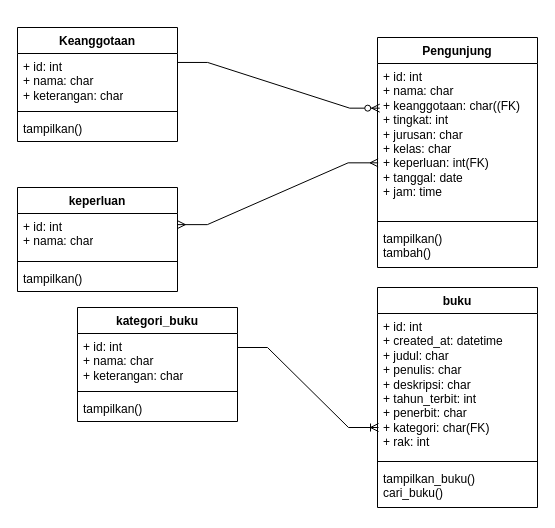
Before: ClassDiagram-PerpusDigital.drawio in FahrulNa/tefa, a draw.io diagram. Source tidied: cells renumbered, new cells numbered last; positions are measured from the earlier drawing's top-left corner, leaving out a move shared by most shapes. Both pictures are drawn from the tidied source at 100%, with x=0, y=0 at pixel (17, 27).
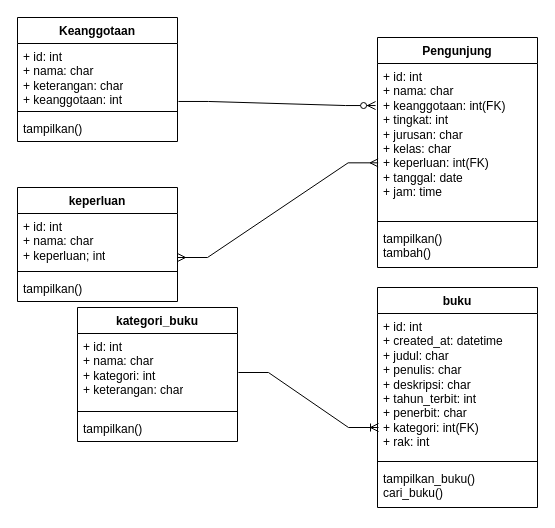
After the change.

The change refers to these unchanged cells:
```xml
<mxCell id="2" value="Pengunjung" style="swimlane;fontStyle=1;align=center;verticalAlign=top;horizontal=1;startSize=26;whiteSpace=wrap;html=1;" parent="1" vertex="1">
  <mxGeometry x="360" y="10" width="160" height="230" as="geometry" />
</mxCell>
<mxCell id="10" value="buku" style="swimlane;fontStyle=1;align=center;verticalAlign=top;horizontal=1;startSize=26;whiteSpace=wrap;html=1;" parent="1" vertex="1">
  <mxGeometry x="360" y="260" width="160" height="220" as="geometry" />
</mxCell>
```

The edit, as a diff of the source:
```diff
@@
-    <mxCell id="3" value="+ id: int&lt;br&gt;+ nama: char&lt;br&gt;+ keanggotaan: char((FK)&lt;br&gt;+ tingkat: int&lt;br&gt;+ jurusan: char&lt;br&gt;+ kelas: char&lt;br&gt;+ keperluan: int(FK)&lt;br&gt;+ tanggal: date&lt;br&gt;+ jam: time" style="text;strokeColor=none;fillColor=none;align=left;verticalAlign=top;spacingLeft=4;spacingRight=4;overflow=hidden;points=[[0,0.5],[1,0.5]];portConstraint=eastwest;whiteSpace=wrap;html=1;" parent="2" vertex="1">
+    <mxCell id="3" value="+ id: int&lt;br&gt;+ nama: char&lt;br&gt;+ keanggotaan: int(FK)&lt;br&gt;+ tingkat: int&lt;br&gt;+ jurusan: char&lt;br&gt;+ kelas: char&lt;br&gt;+ keperluan: int(FK)&lt;br&gt;+ tanggal: date&lt;br&gt;+ jam: time" style="text;strokeColor=none;fillColor=none;align=left;verticalAlign=top;spacingLeft=4;spacingRight=4;overflow=hidden;points=[[0,0.5],[1,0.5]];portConstraint=eastwest;whiteSpace=wrap;html=1;" parent="2" vertex="1">
       <mxGeometry y="26" width="160" height="154" as="geometry" />
     </mxCell>
@@
     <mxCell id="6" value="kategori_buku" style="swimlane;fontStyle=1;align=center;verticalAlign=top;horizontal=1;startSize=26;whiteSpace=wrap;html=1;" parent="1" vertex="1">
-      <mxGeometry x="60" y="280" width="160" height="114" as="geometry" />
+      <mxGeometry x="60" y="280" width="160" height="134" as="geometry" />
     </mxCell>
-    <mxCell id="7" value="+ id: int&lt;br&gt;+ nama: char&lt;br&gt;+ keterangan: char" style="text;strokeColor=none;fillColor=none;align=left;verticalAlign=top;spacingLeft=4;spacingRight=4;overflow=hidden;points=[[0,0.5],[1,0.5]];portConstraint=eastwest;whiteSpace=wrap;html=1;" parent="6" vertex="1">
-      <mxGeometry y="26" width="160" height="54" as="geometry" />
+    <mxCell id="7" value="+ id: int&lt;br&gt;+ nama: char&lt;br&gt;+ kategori: int&lt;br&gt;+ keterangan: char" style="text;strokeColor=none;fillColor=none;align=left;verticalAlign=top;spacingLeft=4;spacingRight=4;overflow=hidden;points=[[0,0.5],[1,0.5]];portConstraint=eastwest;whiteSpace=wrap;html=1;" parent="6" vertex="1">
+      <mxGeometry y="26" width="160" height="74" as="geometry" />
     </mxCell>
     <mxCell id="8" style="line;strokeWidth=1;fillColor=none;align=left;verticalAlign=middle;spacingTop=-1;spacingLeft=3;spacingRight=3;labelPosition=right;strokeColor=inherit;" parent="6" vertex="1">
-      <mxGeometry y="80" width="160" height="8" as="geometry" />
+      <mxGeometry y="100" width="160" height="8" as="geometry" />
     </mxCell>
     <mxCell id="9" value="tampilkan()" style="text;strokeColor=none;fillColor=none;align=left;verticalAlign=top;spacingLeft=4;spacingRight=4;overflow=hidden;whiteSpace=wrap;html=1;" parent="6" vertex="1">
-      <mxGeometry y="88" width="160" height="26" as="geometry" />
+      <mxGeometry y="108" width="160" height="26" as="geometry" />
     </mxCell>
@@
-    <mxCell id="11" value="+ id: int&lt;br&gt;+ created_at: datetime&lt;br&gt;+ judul: char&lt;br&gt;+ penulis: char&lt;br&gt;+ deskripsi: char&lt;br&gt;+ tahun_terbit: int&lt;br&gt;+ penerbit: char&lt;br&gt;+ kategori: char(FK)&lt;br&gt;+ rak: int" style="text;strokeColor=none;fillColor=none;align=left;verticalAlign=top;spacingLeft=4;spacingRight=4;overflow=hidden;whiteSpace=wrap;html=1;" parent="10" vertex="1">
+    <mxCell id="11" value="+ id: int&lt;br&gt;+ created_at: datetime&lt;br&gt;+ judul: char&lt;br&gt;+ penulis: char&lt;br&gt;+ deskripsi: char&lt;br&gt;+ tahun_terbit: int&lt;br&gt;+ penerbit: char&lt;br&gt;+ kategori: int(FK)&lt;br&gt;+ rak: int" style="text;strokeColor=none;fillColor=none;align=left;verticalAlign=top;spacingLeft=4;spacingRight=4;overflow=hidden;whiteSpace=wrap;html=1;" parent="10" vertex="1">
       <mxGeometry y="26" width="160" height="144" as="geometry" />
     </mxCell>
@@
     <mxCell id="14" value="keperluan" style="swimlane;fontStyle=1;align=center;verticalAlign=top;horizontal=1;startSize=26;whiteSpace=wrap;html=1;" parent="1" vertex="1">
-      <mxGeometry y="160" width="160" height="104" as="geometry" />
+      <mxGeometry y="160" width="160" height="114" as="geometry" />
     </mxCell>
-    <mxCell id="15" value="+ id: int&lt;br&gt;+ nama: char" style="text;strokeColor=none;fillColor=none;align=left;verticalAlign=top;spacingLeft=4;spacingRight=4;overflow=hidden;points=[[0,0.5],[1,0.5]];portConstraint=eastwest;whiteSpace=wrap;html=1;" parent="14" vertex="1">
-      <mxGeometry y="26" width="160" height="44" as="geometry" />
+    <mxCell id="15" value="+ id: int&lt;br&gt;+ nama: char&lt;br&gt;+ keperluan; int" style="text;strokeColor=none;fillColor=none;align=left;verticalAlign=top;spacingLeft=4;spacingRight=4;overflow=hidden;points=[[0,0.5],[1,0.5]];portConstraint=eastwest;whiteSpace=wrap;html=1;" parent="14" vertex="1">
+      <mxGeometry y="26" width="160" height="54" as="geometry" />
     </mxCell>
     <mxCell id="16" style="line;strokeWidth=1;fillColor=none;align=left;verticalAlign=middle;spacingTop=-1;spacingLeft=3;spacingRight=3;labelPosition=right;strokeColor=inherit;" parent="14" vertex="1">
-      <mxGeometry y="70" width="160" height="8" as="geometry" />
+      <mxGeometry y="80" width="160" height="8" as="geometry" />
     </mxCell>
     <mxCell id="17" value="tampilkan()" style="text;strokeColor=none;fillColor=none;align=left;verticalAlign=top;spacingLeft=4;spacingRight=4;overflow=hidden;whiteSpace=wrap;html=1;" parent="14" vertex="1">
-      <mxGeometry y="78" width="160" height="26" as="geometry" />
+      <mxGeometry y="88" width="160" height="26" as="geometry" />
     </mxCell>
     <mxCell id="18" value="Keanggotaan" style="swimlane;fontStyle=1;align=center;verticalAlign=top;horizontal=1;startSize=26;whiteSpace=wrap;html=1;" parent="1" vertex="1">
-      <mxGeometry width="160" height="114" as="geometry" />
+      <mxGeometry y="-10" width="160" height="124" as="geometry" />
     </mxCell>
-    <mxCell id="19" value="+ id: int&lt;br&gt;+ nama: char&lt;br&gt;+ keterangan: char" style="text;strokeColor=none;fillColor=none;align=left;verticalAlign=top;spacingLeft=4;spacingRight=4;overflow=hidden;points=[[0,0.5],[1,0.5]];portConstraint=eastwest;whiteSpace=wrap;html=1;" parent="18" vertex="1">
-      <mxGeometry y="26" width="160" height="54" as="geometry" />
+    <mxCell id="19" value="+ id: int&lt;br&gt;+ nama: char&lt;br&gt;+ keterangan: char&lt;br&gt;+ keanggotaan: int" style="text;strokeColor=none;fillColor=none;align=left;verticalAlign=top;spacingLeft=4;spacingRight=4;overflow=hidden;points=[[0,0.5],[1,0.5]];portConstraint=eastwest;whiteSpace=wrap;html=1;" parent="18" vertex="1">
+      <mxGeometry y="26" width="160" height="64" as="geometry" />
     </mxCell>
     <mxCell id="20" style="line;strokeWidth=1;fillColor=none;align=left;verticalAlign=middle;spacingTop=-1;spacingLeft=3;spacingRight=3;labelPosition=right;strokeColor=inherit;" parent="18" vertex="1">
-      <mxGeometry y="80" width="160" height="8" as="geometry" />
+      <mxGeometry y="90" width="160" height="8" as="geometry" />
     </mxCell>
     <mxCell id="21" value="tampilkan()" style="text;strokeColor=none;fillColor=none;align=left;verticalAlign=top;spacingLeft=4;spacingRight=4;overflow=hidden;whiteSpace=wrap;html=1;" parent="18" vertex="1">
-      <mxGeometry y="88" width="160" height="26" as="geometry" />
+      <mxGeometry y="98" width="160" height="26" as="geometry" />
     </mxCell>
-    <mxCell id="22" style="edgeStyle=entityRelationEdgeStyle;fontSize=12;html=1;endArrow=ERoneToMany;rounded=0;" parent="1" edge="1">
+    <mxCell id="22" style="edgeStyle=entityRelationEdgeStyle;fontSize=12;html=1;endArrow=ERoneToMany;rounded=0;exitX=1.006;exitY=0.527;exitDx=0;exitDy=0;exitPerimeter=0;" parent="1" edge="1" source="7">
       <mxGeometry relative="1" as="geometry">
-        <mxPoint x="220" y="320" as="sourcePoint" />
         <mxPoint x="361" y="400" as="targetPoint" />
         <Array as="points">
           <mxPoint x="530" y="200" />
         </Array>
       </mxGeometry>
     </mxCell>
-    <mxCell id="23" style="edgeStyle=entityRelationEdgeStyle;fontSize=12;html=1;endArrow=ERmany;startArrow=ERmany;rounded=0;entryX=0.004;entryY=0.645;entryDx=0;entryDy=0;entryPerimeter=0;exitX=0.999;exitY=0.253;exitDx=0;exitDy=0;exitPerimeter=0;" parent="1" edge="1" source="15" target="3">
+    <mxCell id="23" style="edgeStyle=entityRelationEdgeStyle;fontSize=12;html=1;endArrow=ERmany;startArrow=ERmany;rounded=0;entryX=0.004;entryY=0.645;entryDx=0;entryDy=0;entryPerimeter=0;exitX=1;exitY=0.815;exitDx=0;exitDy=0;exitPerimeter=0;" parent="1" edge="1" source="15" target="3">
       <mxGeometry relative="1" as="geometry" />
     </mxCell>
-    <mxCell id="24" style="edgeStyle=entityRelationEdgeStyle;fontSize=12;html=1;endArrow=ERzeroToMany;endFill=1;rounded=0;exitX=1.001;exitY=0.166;exitDx=0;exitDy=0;exitPerimeter=0;entryX=0.014;entryY=0.29;entryDx=0;entryDy=0;entryPerimeter=0;" parent="1" edge="1" source="19" target="3">
+    <mxCell id="24" style="edgeStyle=entityRelationEdgeStyle;fontSize=12;html=1;endArrow=ERzeroToMany;endFill=1;rounded=0;entryX=-0.012;entryY=0.273;entryDx=0;entryDy=0;entryPerimeter=0;exitX=1.006;exitY=0.906;exitDx=0;exitDy=0;exitPerimeter=0;" parent="1" edge="1" source="19" target="3">
       <mxGeometry relative="1" as="geometry" />
     </mxCell>
```
